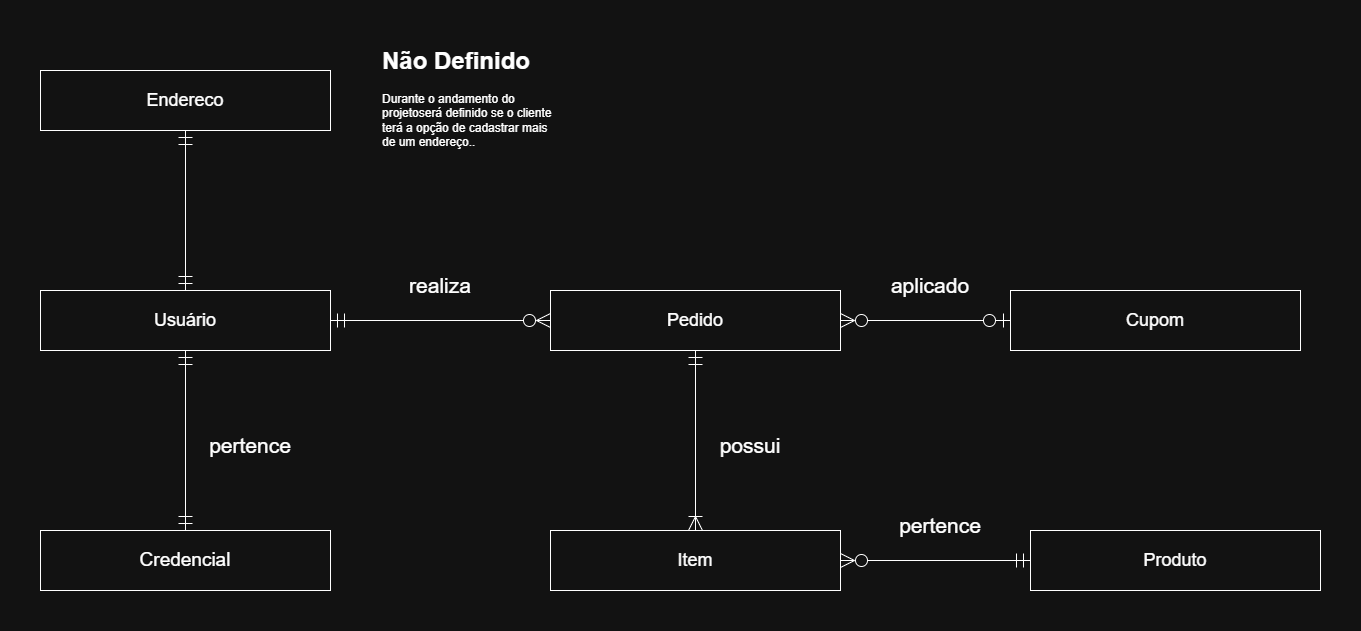
Before: Modelo-Conceitual.drawio.png, a diagram exported from draw.io (Graos-Prosa/Documents). Source tidied: cells renumbered, new cells last; positions are measured from the earlier drawing's top-left corner, leaving out a move shared by most shapes. Its diagram source:
```xml
<mxGraphModel>
  <root>
    <mxCell id="0" />
    <mxCell id="1" parent="0" />
    <mxCell id="2" style="edgeStyle=orthogonalEdgeStyle;rounded=0;jettySize=auto;html=1;entryX=0;entryY=0.5;entryDx=0;entryDy=0;endArrow=ERzeroToMany;endFill=0;startArrow=ERmandOne;startFill=0;endSize=12;startSize=12;" parent="1" edge="1" source="4" target="7">
      <mxGeometry relative="1" as="geometry" />
    </mxCell>
    <mxCell id="3" style="edgeStyle=orthogonalEdgeStyle;rounded=0;jettySize=auto;html=1;entryX=0.5;entryY=0;entryDx=0;entryDy=0;endSize=12;startSize=12;endArrow=ERmandOne;endFill=0;startArrow=ERmandOne;startFill=0;" parent="1" edge="1" source="4" target="16">
      <mxGeometry relative="1" as="geometry" />
    </mxCell>
    <mxCell id="4" value="&lt;font style=&quot;font-size: 18px;&quot;&gt;Usuário&lt;/font&gt;" style="rounded=0;whiteSpace=wrap;html=1;" parent="1" vertex="1">
      <mxGeometry y="250" width="290" height="60" as="geometry" />
    </mxCell>
    <mxCell id="5" style="edgeStyle=orthogonalEdgeStyle;rounded=0;jettySize=auto;html=1;entryX=0;entryY=0.5;entryDx=0;entryDy=0;endSize=12;startSize=12;endArrow=ERzeroToOne;endFill=0;startArrow=ERzeroToMany;startFill=0;" parent="1" edge="1" source="7" target="11">
      <mxGeometry relative="1" as="geometry" />
    </mxCell>
    <mxCell id="6" style="edgeStyle=orthogonalEdgeStyle;rounded=0;jettySize=auto;html=1;entryX=0.5;entryY=0;entryDx=0;entryDy=0;endSize=12;startSize=12;endArrow=ERoneToMany;endFill=0;startArrow=ERmandOne;startFill=0;" parent="1" edge="1" source="7" target="9">
      <mxGeometry relative="1" as="geometry" />
    </mxCell>
    <mxCell id="7" value="&lt;font style=&quot;font-size: 18px;&quot;&gt;Pedido&lt;/font&gt;" style="rounded=0;whiteSpace=wrap;html=1;" parent="1" vertex="1">
      <mxGeometry x="510" y="250" width="290" height="60" as="geometry" />
    </mxCell>
    <mxCell id="8" style="edgeStyle=orthogonalEdgeStyle;rounded=0;jettySize=auto;html=1;endSize=12;startSize=12;endArrow=ERmandOne;endFill=0;startArrow=ERzeroToMany;startFill=0;" parent="1" edge="1" source="9" target="10">
      <mxGeometry relative="1" as="geometry" />
    </mxCell>
    <mxCell id="9" value="&lt;font style=&quot;font-size: 18px;&quot;&gt;Item&lt;/font&gt;" style="rounded=0;whiteSpace=wrap;html=1;" parent="1" vertex="1">
      <mxGeometry x="510" y="490" width="290" height="60" as="geometry" />
    </mxCell>
    <mxCell id="10" value="&lt;font style=&quot;font-size: 18px;&quot;&gt;Produto&lt;/font&gt;" style="rounded=0;whiteSpace=wrap;html=1;" parent="1" vertex="1">
      <mxGeometry x="990" y="490" width="290" height="60" as="geometry" />
    </mxCell>
    <mxCell id="11" value="&lt;font style=&quot;font-size: 18px;&quot;&gt;Cupom&lt;/font&gt;" style="rounded=0;whiteSpace=wrap;html=1;" parent="1" vertex="1">
      <mxGeometry x="970" y="250" width="290" height="60" as="geometry" />
    </mxCell>
    <mxCell id="12" value="&lt;font style=&quot;font-size: 21px;&quot;&gt;realiza&lt;/font&gt;" style="text;html=1;whiteSpace=wrap;strokeColor=none;fillColor=none;align=center;verticalAlign=middle;rounded=0;" parent="1" vertex="1">
      <mxGeometry x="370" y="230" width="60" height="30" as="geometry" />
    </mxCell>
    <mxCell id="13" value="&lt;span style=&quot;font-size: 21px;&quot;&gt;aplicado&lt;/span&gt;" style="text;html=1;whiteSpace=wrap;strokeColor=none;fillColor=none;align=center;verticalAlign=middle;rounded=0;" parent="1" vertex="1">
      <mxGeometry x="860" y="230" width="60" height="30" as="geometry" />
    </mxCell>
    <mxCell id="14" value="&lt;span style=&quot;font-size: 21px;&quot;&gt;possui&lt;/span&gt;" style="text;html=1;whiteSpace=wrap;strokeColor=none;fillColor=none;align=center;verticalAlign=middle;rounded=0;" parent="1" vertex="1">
      <mxGeometry x="680" y="390" width="60" height="30" as="geometry" />
    </mxCell>
    <mxCell id="15" value="&lt;span style=&quot;font-size: 21px;&quot;&gt;pertence&lt;/span&gt;" style="text;html=1;whiteSpace=wrap;strokeColor=none;fillColor=none;align=center;verticalAlign=middle;rounded=0;" parent="1" vertex="1">
      <mxGeometry x="870" y="470" width="60" height="30" as="geometry" />
    </mxCell>
    <mxCell id="16" value="&lt;span style=&quot;font-size: 19px;&quot;&gt;Credencial&lt;/span&gt;" style="rounded=0;whiteSpace=wrap;html=1;" parent="1" vertex="1">
      <mxGeometry y="490" width="290" height="60" as="geometry" />
    </mxCell>
    <mxCell id="17" value="&lt;font style=&quot;font-size: 21px;&quot;&gt;pertence&lt;/font&gt;" style="text;html=1;whiteSpace=wrap;strokeColor=none;fillColor=none;align=center;verticalAlign=middle;rounded=0;" parent="1" vertex="1">
      <mxGeometry x="180" y="390" width="60" height="30" as="geometry" />
    </mxCell>
    <mxCell id="18" style="edgeStyle=orthogonalEdgeStyle;rounded=0;jettySize=auto;html=1;entryX=0.5;entryY=0;entryDx=0;entryDy=0;endSize=12;startSize=12;endArrow=ERmandOne;endFill=0;startArrow=ERmandOne;startFill=0;" parent="1" edge="1" source="19" target="4">
      <mxGeometry relative="1" as="geometry" />
    </mxCell>
    <mxCell id="19" value="&lt;font style=&quot;font-size: 18px;&quot;&gt;Endereco&lt;/font&gt;" style="rounded=0;whiteSpace=wrap;html=1;" parent="1" vertex="1">
      <mxGeometry y="30" width="290" height="60" as="geometry" />
    </mxCell>
    <mxCell id="20" value="&lt;h1 style=&quot;margin-top: 0px;&quot;&gt;Não Definido&lt;/h1&gt;&lt;p&gt;Durante o andamento do projeto&lt;span style=&quot;background-color: transparent; color: light-dark(rgb(0, 0, 0), rgb(255, 255, 255));&quot;&gt;será definido se o cliente terá a&amp;nbsp;&lt;/span&gt;&lt;span style=&quot;background-color: transparent; color: light-dark(rgb(0, 0, 0), rgb(255, 255, 255));&quot;&gt;opção de cadastrar mais de um endereço..&lt;/span&gt;&lt;/p&gt;" style="text;html=1;whiteSpace=wrap;overflow=hidden;rounded=0;" parent="1" vertex="1">
      <mxGeometry x="340" width="180" height="150" as="geometry" />
    </mxCell>
  </root>
</mxGraphModel>
```
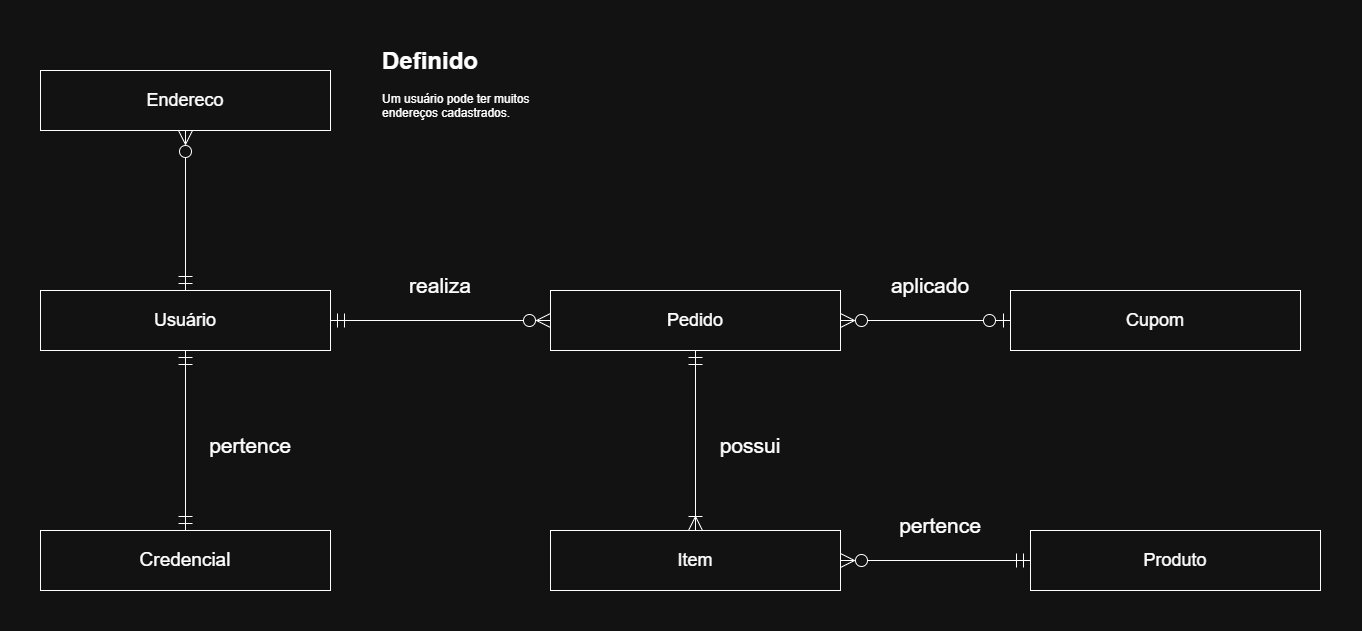
Later version of the same file.

Diff of the diagram source:
```diff
@@ -50,13 +50,13 @@
     <mxCell id="17" value="&lt;font style=&quot;font-size: 21px;&quot;&gt;pertence&lt;/font&gt;" style="text;html=1;whiteSpace=wrap;strokeColor=none;fillColor=none;align=center;verticalAlign=middle;rounded=0;" parent="1" vertex="1">
       <mxGeometry x="180" y="390" width="60" height="30" as="geometry" />
     </mxCell>
-    <mxCell id="18" style="edgeStyle=orthogonalEdgeStyle;rounded=0;jettySize=auto;html=1;entryX=0.5;entryY=0;entryDx=0;entryDy=0;endSize=12;startSize=12;endArrow=ERmandOne;endFill=0;startArrow=ERmandOne;startFill=0;" parent="1" edge="1" source="19" target="4">
+    <mxCell id="18" style="edgeStyle=orthogonalEdgeStyle;rounded=0;jettySize=auto;html=1;entryX=0.5;entryY=0;entryDx=0;entryDy=0;endSize=12;startSize=12;endArrow=ERmandOne;endFill=0;startArrow=ERzeroToMany;startFill=0;" parent="1" edge="1" source="19" target="4">
       <mxGeometry relative="1" as="geometry" />
     </mxCell>
     <mxCell id="19" value="&lt;font style=&quot;font-size: 18px;&quot;&gt;Endereco&lt;/font&gt;" style="rounded=0;whiteSpace=wrap;html=1;" parent="1" vertex="1">
       <mxGeometry y="30" width="290" height="60" as="geometry" />
     </mxCell>
-    <mxCell id="20" value="&lt;h1 style=&quot;margin-top: 0px;&quot;&gt;Não Definido&lt;/h1&gt;&lt;p&gt;Durante o andamento do projeto&lt;span style=&quot;background-color: transparent; color: light-dark(rgb(0, 0, 0), rgb(255, 255, 255));&quot;&gt;será definido se o cliente terá a&amp;nbsp;&lt;/span&gt;&lt;span style=&quot;background-color: transparent; color: light-dark(rgb(0, 0, 0), rgb(255, 255, 255));&quot;&gt;opção de cadastrar mais de um endereço..&lt;/span&gt;&lt;/p&gt;" style="text;html=1;whiteSpace=wrap;overflow=hidden;rounded=0;" parent="1" vertex="1">
+    <mxCell id="20" value="&lt;h1 style=&quot;margin-top: 0px;&quot;&gt;Definido&lt;/h1&gt;&lt;p&gt;Um usuário pode ter muitos endereços cadastrados.&lt;/p&gt;" style="text;html=1;whiteSpace=wrap;overflow=hidden;rounded=0;" parent="1" vertex="1">
       <mxGeometry x="340" width="180" height="150" as="geometry" />
     </mxCell>
   </root>
```
